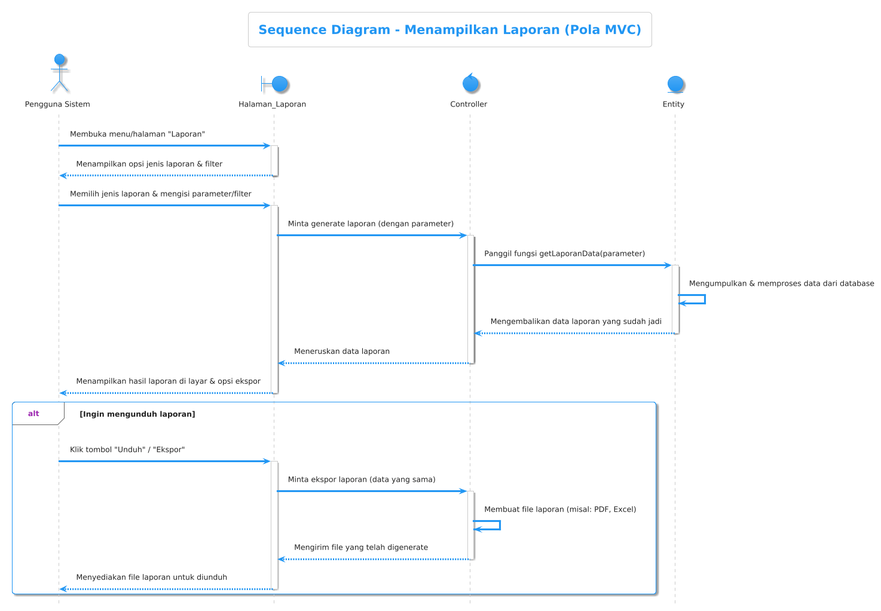
Before: sequence/Laporan/seq laporan.png, a diagram exported from PlantUML (Mrmgnt/diagram-kp).
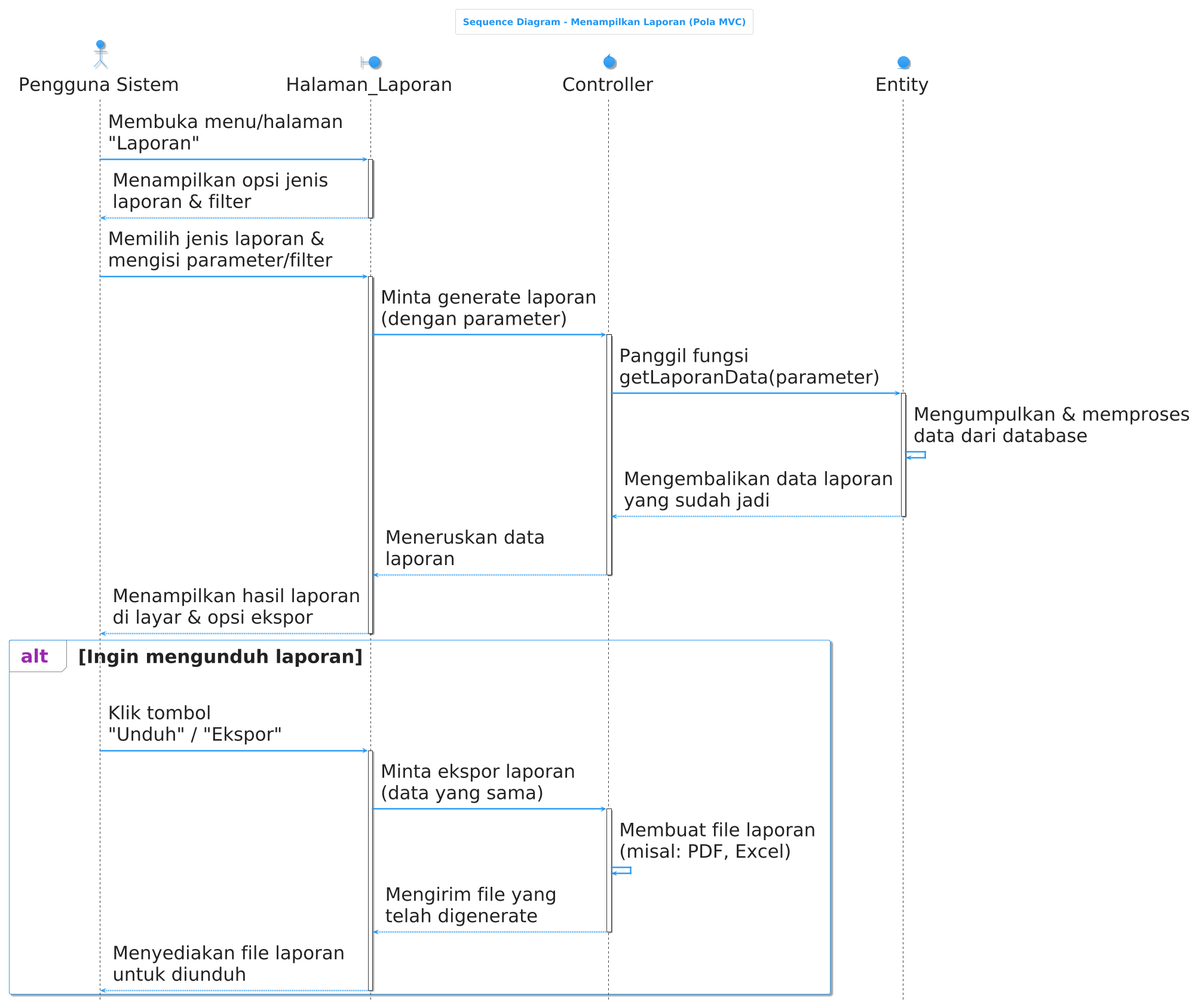
After the commit.

Diff of the diagram source:
```diff
@@ -1,5 +1,15 @@
 @startuml
 !theme materia
+skinparam defaultFontSize 40
+scale max 1920 width
+skinparam ParticipantPadding 30
+skinparam BoxPadding 40
+skinparam ActorPadding 20
+skinparam ActorFontSize 40
+skinparam ParticipantFontSize 40
+skinparam SequenceParticipantBorderThickness 2
+skinparam SequenceLifeLineBorderColor Black
+skinparam SequenceLifeLineBorderThickness 2
 
 title Sequence Diagram - Menampilkan Laporan (Pola MVC)
 hide footbox
@@ -9,41 +19,41 @@
 control "Controller" as Controller
 entity "Entity" as Entity
 
-Pengguna -> Halaman_Laporan: Membuka menu/halaman "Laporan"
+Pengguna -> Halaman_Laporan: Membuka menu/halaman\n"Laporan"
 activate Halaman_Laporan
-Halaman_Laporan --> Pengguna: Menampilkan opsi jenis laporan & filter
+Halaman_Laporan --> Pengguna: Menampilkan opsi jenis\nlaporan & filter
 deactivate Halaman_Laporan
 
-Pengguna -> Halaman_Laporan: Memilih jenis laporan & mengisi parameter/filter
+Pengguna -> Halaman_Laporan: Memilih jenis laporan &\nmengisi parameter/filter
 activate Halaman_Laporan
 
-Halaman_Laporan -> Controller: Minta generate laporan (dengan parameter)
+Halaman_Laporan -> Controller: Minta generate laporan\n(dengan parameter)
 activate Controller
 
-Controller -> Entity: Panggil fungsi getLaporanData(parameter)
+Controller -> Entity: Panggil fungsi\ngetLaporanData(parameter)
 activate Entity
-Entity -> Entity: Mengumpulkan & memproses data dari database
-Entity --> Controller: Mengembalikan data laporan yang sudah jadi
+Entity -> Entity: Mengumpulkan & memproses\ndata dari database
+Entity --> Controller: Mengembalikan data laporan\nyang sudah jadi
 deactivate Entity
 
-Controller --> Halaman_Laporan: Meneruskan data laporan
+Controller --> Halaman_Laporan: Meneruskan data\nlaporan
 deactivate Controller
 
-Halaman_Laporan --> Pengguna: Menampilkan hasil laporan di layar & opsi ekspor
+Halaman_Laporan --> Pengguna: Menampilkan hasil laporan\ndi layar & opsi ekspor
 deactivate Halaman_Laporan
 
 alt Ingin mengunduh laporan
-    Pengguna -> Halaman_Laporan: Klik tombol "Unduh" / "Ekspor"
+    Pengguna -> Halaman_Laporan: Klik tombol\n"Unduh" / "Ekspor"
     activate Halaman_Laporan
 
-    Halaman_Laporan -> Controller: Minta ekspor laporan (data yang sama)
+    Halaman_Laporan -> Controller: Minta ekspor laporan\n(data yang sama)
     activate Controller
 
-    Controller -> Controller: Membuat file laporan (misal: PDF, Excel)
-    Controller --> Halaman_Laporan: Mengirim file yang telah digenerate
+    Controller -> Controller: Membuat file laporan\n(misal: PDF, Excel)
+    Controller --> Halaman_Laporan: Mengirim file yang\ntelah digenerate
     deactivate Controller
 
-    Halaman_Laporan --> Pengguna: Menyediakan file laporan untuk diunduh
+    Halaman_Laporan --> Pengguna: Menyediakan file laporan\nuntuk diunduh
     deactivate Halaman_Laporan
 end
 @enduml
```
